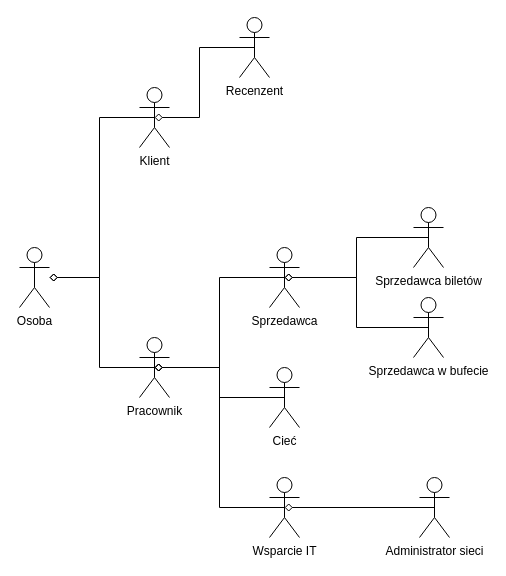
Earlier version of the draw.io diagram Aktorzy.drawio (MateuszKochanski/IPR). Source tidied: cells renumbered, new cells numbered last; positions are measured from the earlier drawing's top-left corner, leaving out a move shared by most shapes. Both pictures are drawn from the tidied source at 100%, with x=0, y=0 at pixel (19, 17).
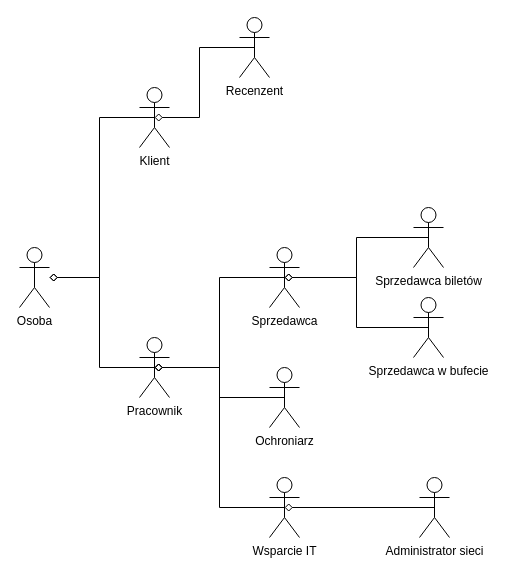
The same diagram, later.

The edit, as a diff of the source:
```diff
@@
-    <mxCell id="4" value="Cieć" style="shape=umlActor;verticalLabelPosition=bottom;verticalAlign=top;html=1;" parent="1" vertex="1">
+    <mxCell id="4" value="Ochroniarz" style="shape=umlActor;verticalLabelPosition=bottom;verticalAlign=top;html=1;" parent="1" vertex="1">
       <mxGeometry x="250" y="350" width="30" height="60" as="geometry" />
     </mxCell>
```
